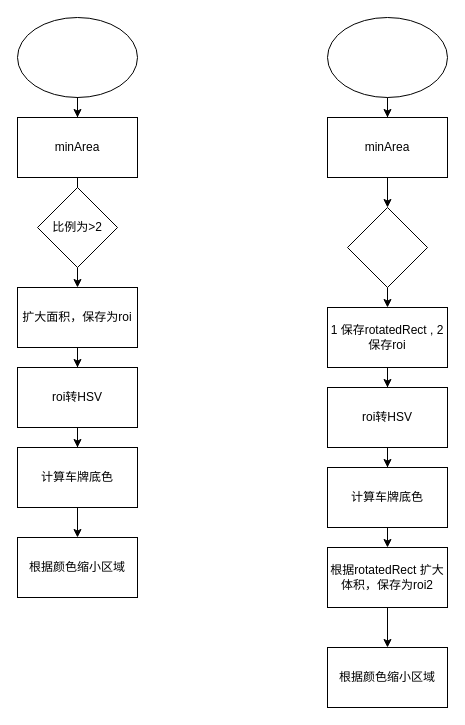
Above: car_plate.drawio in eziohzy/FlowChartRepository (draw.io), before the change. Source tidied: cells renumbered, new cells numbered last; positions are measured from the earlier drawing's top-left corner, leaving out a move shared by most shapes. Both pictures are drawn from the tidied source at 100%, with x=0, y=0 at pixel (17, 17).
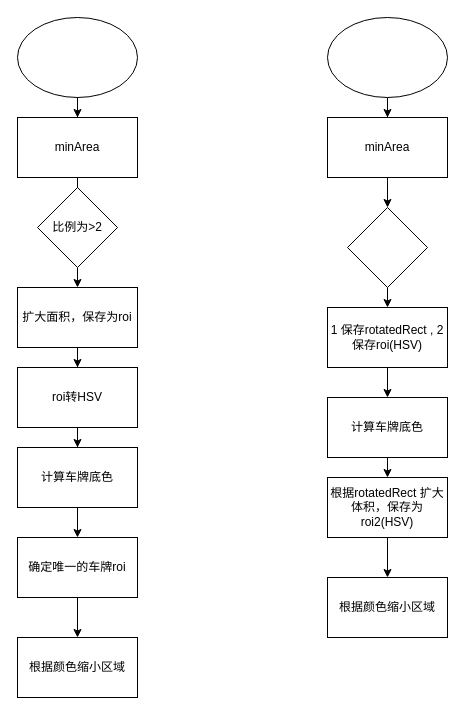
The same page after the edit.

What changed in the source:
```diff
@@
     <mxCell id="14" value="根据颜色缩小区域" style="rounded=0;whiteSpace=wrap;html=1;" parent="1" vertex="1">
-      <mxGeometry y="520" width="120" height="60" as="geometry" />
+      <mxGeometry y="620" width="120" height="60" as="geometry" />
     </mxCell>
@@
-    <mxCell id="21" style="edgeStyle=orthogonalEdgeStyle;rounded=0;jettySize=auto;html=1;" parent="1" edge="1" source="22" target="24">
-      <mxGeometry relative="1" as="geometry" />
-    </mxCell>
+    <mxCell id="30" style="edgeStyle=orthogonalEdgeStyle;rounded=0;jettySize=auto;html=1;exitX=0.5;exitY=1;exitDx=0;exitDy=0;entryX=0.5;entryY=0;entryDx=0;entryDy=0;" parent="1" edge="1" source="22" target="26">
+      <mxGeometry relative="1" as="geometry" />
+    </mxCell>
-    <mxCell id="22" value="1 保存rotatedRect , 2 保存roi" style="rounded=0;whiteSpace=wrap;html=1;" parent="1" vertex="1">
+    <mxCell id="22" value="1 保存rotatedRect , 2 保存roi(HSV)" style="rounded=0;whiteSpace=wrap;html=1;" parent="1" vertex="1">
       <mxGeometry x="310" y="290" width="120" height="60" as="geometry" />
     </mxCell>
-    <mxCell id="23" style="edgeStyle=orthogonalEdgeStyle;rounded=0;jettySize=auto;html=1;" parent="1" edge="1" source="24" target="26">
-      <mxGeometry relative="1" as="geometry" />
-    </mxCell>
-    <mxCell id="24" value="roi转HSV" style="rounded=0;whiteSpace=wrap;html=1;" parent="1" vertex="1">
-      <mxGeometry x="310" y="370" width="120" height="60" as="geometry" />
-    </mxCell>
@@
     <mxCell id="26" value="计算车牌底色" style="rounded=0;whiteSpace=wrap;html=1;" parent="1" vertex="1">
-      <mxGeometry x="310" y="450" width="120" height="60" as="geometry" />
+      <mxGeometry x="310" y="380" width="120" height="60" as="geometry" />
     </mxCell>
     <mxCell id="27" value="根据颜色缩小区域" style="rounded=0;whiteSpace=wrap;html=1;" parent="1" vertex="1">
-      <mxGeometry x="310" y="630" width="120" height="60" as="geometry" />
+      <mxGeometry x="310" y="560" width="120" height="60" as="geometry" />
     </mxCell>
@@
-    <mxCell id="29" value="根据rotatedRect 扩大体积，保存为roi2" style="rounded=0;whiteSpace=wrap;html=1;" parent="1" vertex="1">
-      <mxGeometry x="310" y="530" width="120" height="60" as="geometry" />
+    <mxCell id="29" value="根据rotatedRect 扩大体积，保存为roi2(HSV)" style="rounded=0;whiteSpace=wrap;html=1;" parent="1" vertex="1">
+      <mxGeometry x="310" y="460" width="120" height="60" as="geometry" />
     </mxCell>
+    <mxCell id="31" style="edgeStyle=orthogonalEdgeStyle;rounded=0;jettySize=auto;html=1;exitX=0.5;exitY=1;exitDx=0;exitDy=0;entryX=0.5;entryY=0;entryDx=0;entryDy=0;" parent="1" edge="1" source="32" target="14">
+      <mxGeometry relative="1" as="geometry" />
+    </mxCell>
+    <mxCell id="32" value="确定唯一的车牌roi" style="rounded=0;whiteSpace=wrap;html=1;" parent="1" vertex="1">
+      <mxGeometry y="520" width="120" height="60" as="geometry" />
+    </mxCell>
```
